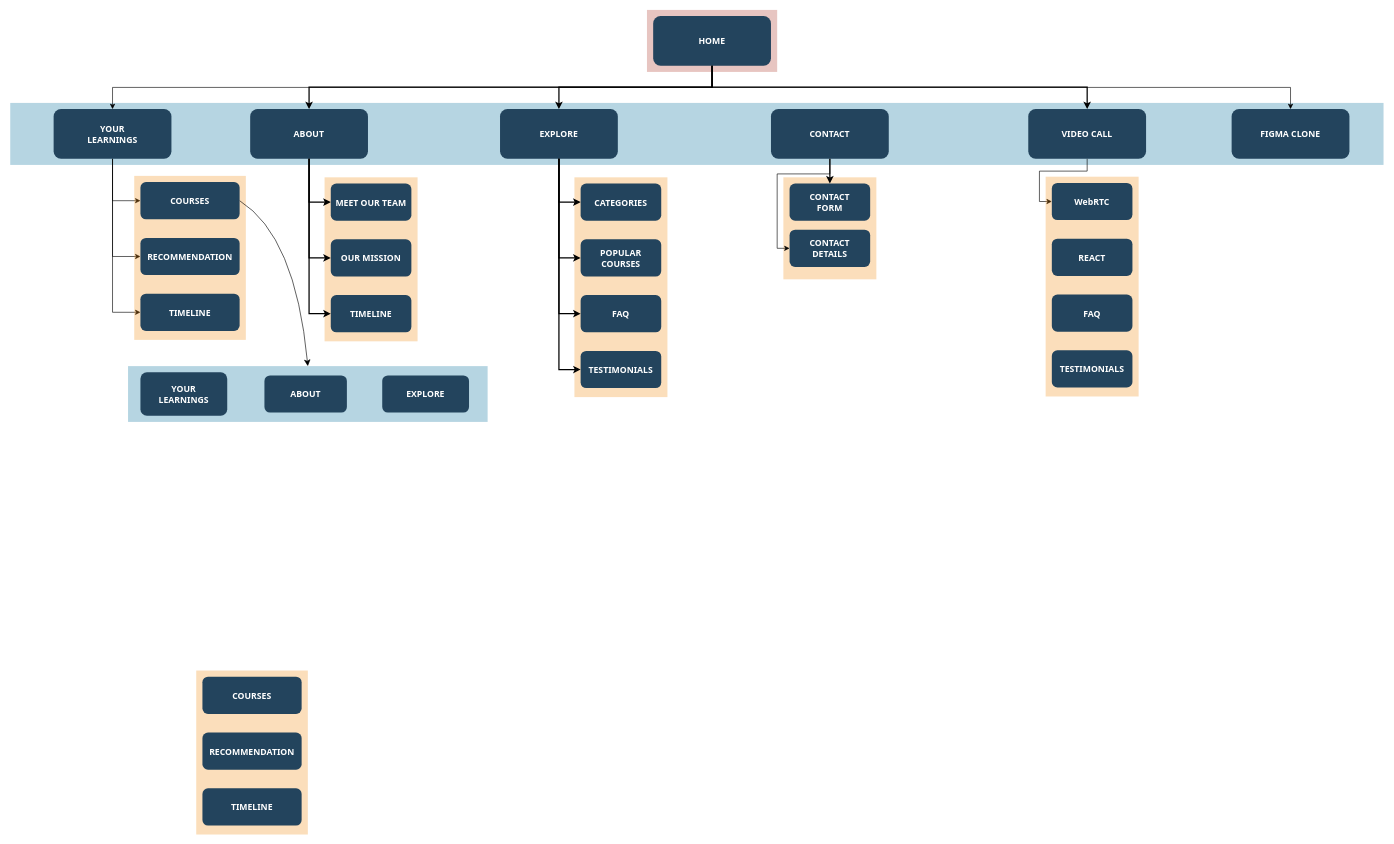
Earlier version of the draw.io diagram Sitemap.drawio (ayush-ranjan07/DynamiX). Source tidied: cells renumbered, new cells numbered last; positions are measured from the earlier drawing's top-left corner, leaving out a move shared by most shapes. Both pictures are drawn from the tidied source at 62%, with x=0, y=0 at pixel (10, 10).
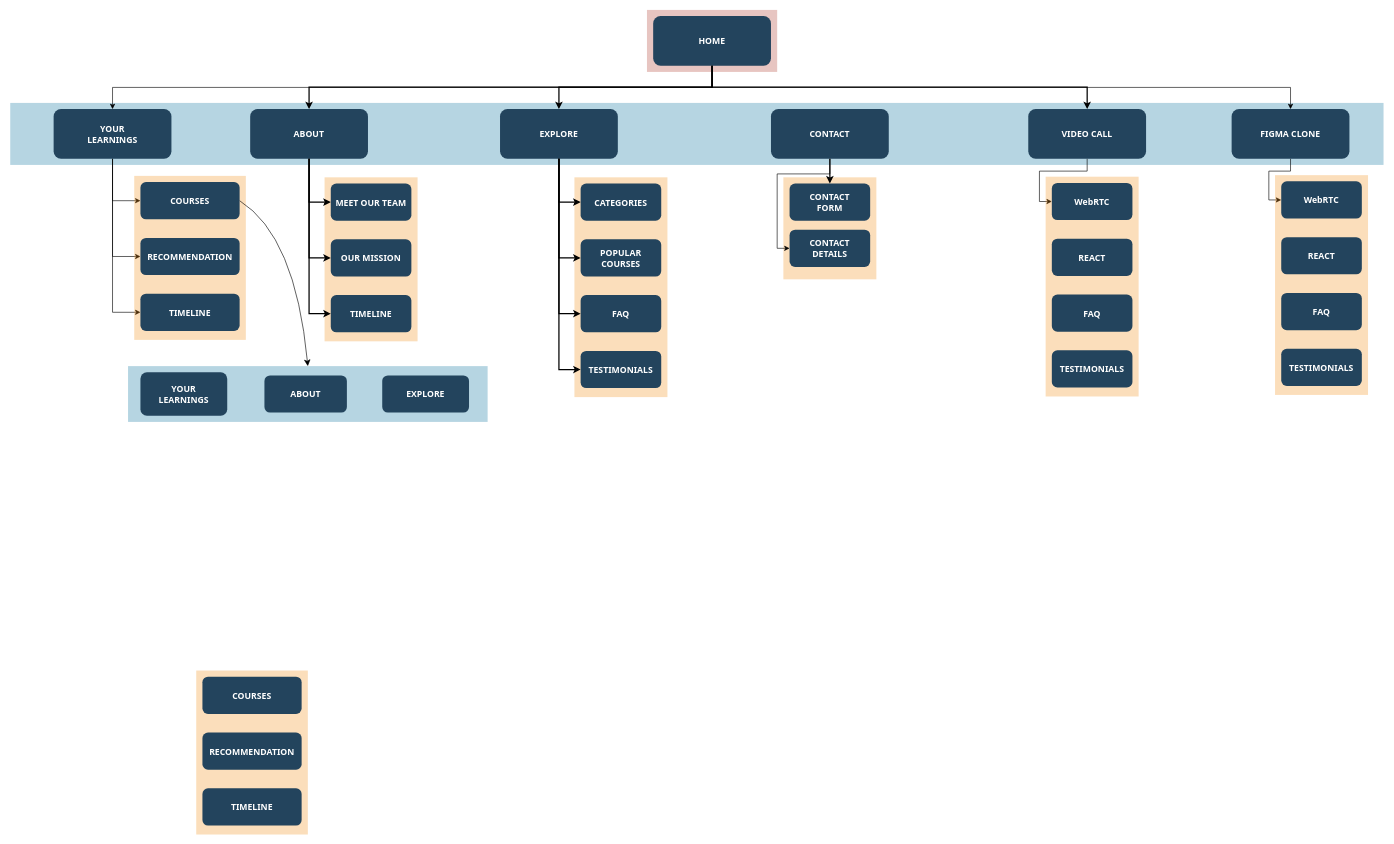
After the change.

The change refers to these unchanged cells:
```xml
<mxCell id="36" value="FIGMA CLONE" style="rounded=1;fillColor=#23445D;gradientColor=none;strokeColor=none;fontColor=#FFFFFF;fontStyle=1;fontFamily=Tahoma;fontSize=14;" parent="1" vertex="1">
  <mxGeometry x="1970" y="159.5" width="190" height="80" as="geometry" />
</mxCell>
```

What changed in the source:
```diff
@@
+    <mxCell id="61" style="edgeStyle=orthogonalEdgeStyle;rounded=0;jettySize=auto;html=1;exitX=0.5;exitY=1;exitDx=0;exitDy=0;entryX=0;entryY=0.5;entryDx=0;entryDy=0;" parent="1" edge="1" source="36" target="63">
+      <mxGeometry relative="1" as="geometry" />
+    </mxCell>
@@
+    <mxCell id="62" style="fillColor=#F2931E;strokeColor=none;opacity=30;" parent="1" vertex="1">
+      <mxGeometry x="2040" y="266" width="150" height="354.5" as="geometry" />
+    </mxCell>
+    <mxCell id="63" value="WebRTC" style="rounded=1;fillColor=#23445D;gradientColor=none;strokeColor=none;fontColor=#FFFFFF;fontStyle=1;fontFamily=Tahoma;fontSize=14;" parent="1" vertex="1">
+      <mxGeometry x="2050" y="276" width="130" height="60" as="geometry" />
+    </mxCell>
+    <mxCell id="64" value="REACT" style="rounded=1;fillColor=#23445D;gradientColor=none;strokeColor=none;fontColor=#FFFFFF;fontStyle=1;fontFamily=Tahoma;fontSize=14;" parent="1" vertex="1">
+      <mxGeometry x="2050" y="366" width="130" height="60" as="geometry" />
+    </mxCell>
+    <mxCell id="65" value="FAQ" style="rounded=1;fillColor=#23445D;gradientColor=none;strokeColor=none;fontColor=#FFFFFF;fontStyle=1;fontFamily=Tahoma;fontSize=14;" parent="1" vertex="1">
+      <mxGeometry x="2050" y="456" width="130" height="60" as="geometry" />
+    </mxCell>
+    <mxCell id="66" value="TESTIMONIALS" style="rounded=1;fillColor=#23445D;gradientColor=none;strokeColor=none;fontColor=#FFFFFF;fontStyle=1;fontFamily=Tahoma;fontSize=14;" parent="1" vertex="1">
+      <mxGeometry x="2050" y="546" width="130" height="60" as="geometry" />
+    </mxCell>
+    <mxCell id="67" style="edgeStyle=orthogonalEdgeStyle;rounded=0;orthogonalLoop=1;jettySize=auto;html=1;exitX=0.5;exitY=1;exitDx=0;exitDy=0;" parent="1" edge="1" source="62" target="62">
+      <mxGeometry relative="1" as="geometry" />
+    </mxCell>
```
